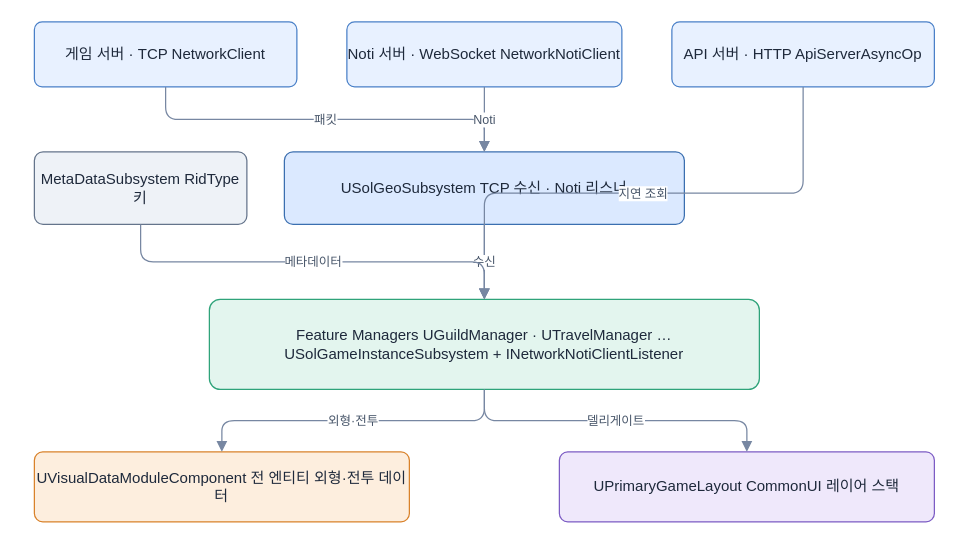
Above: diagrams/sol-architecture.drawio in LimHyun-ji/LimHyun-ji.github.io (draw.io), before the change. Source tidied: cells renumbered, new cells numbered last; positions are measured from the earlier drawing's top-left corner, leaving out a move shared by most shapes. Both pictures are drawn from the tidied source at 125%, with x=0, y=0 at pixel (34, 21).
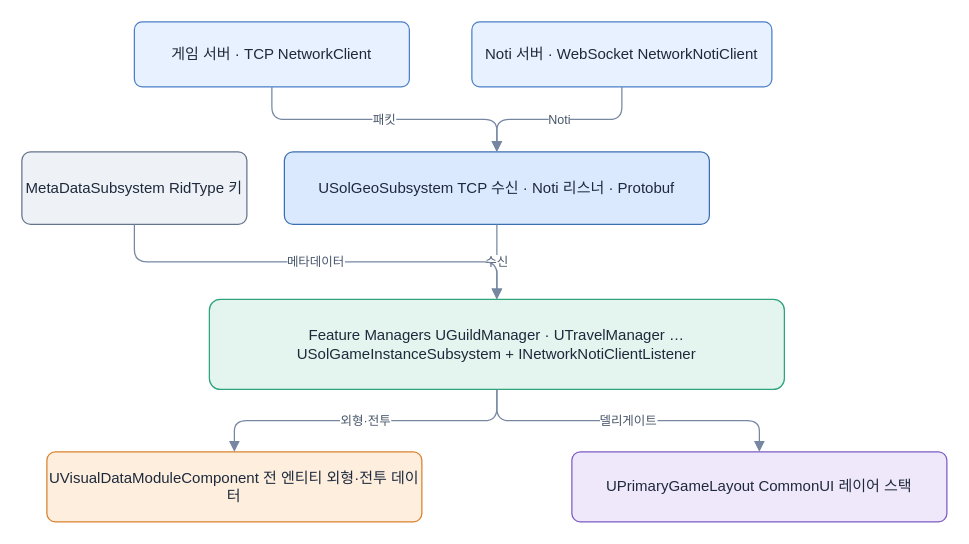
Above is the later version.

Diff of the diagram source:
```diff
@@
 <mxGraphModel>
   <root>
     <mxCell id="0" />
     <mxCell id="1" parent="0" />
     <mxCell id="2" value="게임 서버 · TCP&amp;#10;NetworkClient" style="rounded=1;whiteSpace=wrap;html=1;fillColor=#e8f1ff;strokeColor=#4a80c8;fontColor=#1e293b;fontSize=12;arcSize=12;" parent="1" vertex="1">
-      <mxGeometry width="210" height="52" as="geometry" />
+      <mxGeometry x="80" width="220" height="52" as="geometry" />
     </mxCell>
     <mxCell id="3" value="Noti 서버 · WebSocket&amp;#10;NetworkNotiClient" style="rounded=1;whiteSpace=wrap;html=1;fillColor=#e8f1ff;strokeColor=#4a80c8;fontColor=#1e293b;fontSize=12;arcSize=12;" parent="1" vertex="1">
-      <mxGeometry x="250" width="220" height="52" as="geometry" />
+      <mxGeometry x="350" width="240" height="52" as="geometry" />
     </mxCell>
-    <mxCell id="4" value="API 서버 · HTTP&amp;#10;ApiServerAsyncOp" style="rounded=1;whiteSpace=wrap;html=1;fillColor=#e8f1ff;strokeColor=#4a80c8;fontColor=#1e293b;fontSize=12;arcSize=12;" parent="1" vertex="1">
-      <mxGeometry x="510" width="210" height="52" as="geometry" />
-    </mxCell>
-    <mxCell id="5" value="USolGeoSubsystem&amp;#10;TCP 수신 · Noti 리스너" style="rounded=1;whiteSpace=wrap;html=1;fillColor=#dbe9ff;strokeColor=#3b6fb0;fontColor=#1e293b;fontSize=12;arcSize=12;" parent="1" vertex="1">
-      <mxGeometry x="200" y="104" width="320" height="58" as="geometry" />
+    <mxCell id="5" value="USolGeoSubsystem&amp;#10;TCP 수신 · Noti 리스너 · Protobuf" style="rounded=1;whiteSpace=wrap;html=1;fillColor=#dbe9ff;strokeColor=#3b6fb0;fontColor=#1e293b;fontSize=12;arcSize=12;" parent="1" vertex="1">
+      <mxGeometry x="200" y="104" width="340" height="58" as="geometry" />
     </mxCell>
     <mxCell id="6" value="MetaDataSubsystem&amp;#10;RidType 키" style="rounded=1;whiteSpace=wrap;html=1;fillColor=#eef2f7;strokeColor=#64748b;fontColor=#1e293b;fontSize=12;arcSize=12;" parent="1" vertex="1">
-      <mxGeometry y="104" width="170" height="58" as="geometry" />
+      <mxGeometry x="-10" y="104" width="180" height="58" as="geometry" />
     </mxCell>
     <mxCell id="7" value="Feature Managers&amp;#10;UGuildManager · UTravelManager …&amp;#10;USolGameInstanceSubsystem + INetworkNotiClientListener" style="rounded=1;whiteSpace=wrap;html=1;fillColor=#e3f5ee;strokeColor=#2fa37a;fontColor=#1e293b;fontSize=12;arcSize=12;" parent="1" vertex="1">
-      <mxGeometry x="140" y="222" width="440" height="72" as="geometry" />
+      <mxGeometry x="140" y="222" width="460" height="72" as="geometry" />
     </mxCell>
     <mxCell id="8" value="UVisualDataModuleComponent&amp;#10;전 엔티티 외형·전투 데이터" style="rounded=1;whiteSpace=wrap;html=1;fillColor=#fdeede;strokeColor=#d9822b;fontColor=#1e293b;fontSize=12;arcSize=12;" parent="1" vertex="1">
-      <mxGeometry y="344" width="300" height="56" as="geometry" />
+      <mxGeometry x="10" y="344" width="300" height="56" as="geometry" />
     </mxCell>
     <mxCell id="9" value="UPrimaryGameLayout&amp;#10;CommonUI 레이어 스택" style="rounded=1;whiteSpace=wrap;html=1;fillColor=#efe8fb;strokeColor=#7c5cc4;fontColor=#1e293b;fontSize=12;arcSize=12;" parent="1" vertex="1">
-      <mxGeometry x="420" y="344" width="300" height="56" as="geometry" />
+      <mxGeometry x="430" y="344" width="300" height="56" as="geometry" />
     </mxCell>
     <mxCell id="10" value="패킷" style="edgeStyle=orthogonalEdgeStyle;rounded=1;html=1;endArrow=block;strokeColor=#7787a2;fontSize=10;fontColor=#475569;" parent="1" edge="1" source="2" target="5">
       <mxGeometry relative="1" as="geometry" />
     </mxCell>
     <mxCell id="11" value="Noti" style="edgeStyle=orthogonalEdgeStyle;rounded=1;html=1;endArrow=block;strokeColor=#7787a2;fontSize=10;fontColor=#475569;" parent="1" edge="1" source="3" target="5">
       <mxGeometry relative="1" as="geometry" />
     </mxCell>
-    <mxCell id="12" value="지연 조회" style="edgeStyle=orthogonalEdgeStyle;rounded=1;html=1;endArrow=block;strokeColor=#7787a2;fontSize=10;fontColor=#475569;" parent="1" edge="1" source="4" target="7">
+    <mxCell id="12" value="수신" style="edgeStyle=orthogonalEdgeStyle;rounded=1;html=1;endArrow=block;strokeColor=#7787a2;fontSize=10;fontColor=#475569;" parent="1" edge="1" source="5" target="7">
       <mxGeometry relative="1" as="geometry" />
     </mxCell>
-    <mxCell id="13" value="수신" style="edgeStyle=orthogonalEdgeStyle;rounded=1;html=1;endArrow=block;strokeColor=#7787a2;fontSize=10;fontColor=#475569;" parent="1" edge="1" source="5" target="7">
+    <mxCell id="13" value="메타데이터" style="edgeStyle=orthogonalEdgeStyle;rounded=1;html=1;endArrow=block;strokeColor=#7787a2;fontSize=10;fontColor=#475569;" parent="1" edge="1" source="6" target="7">
       <mxGeometry relative="1" as="geometry" />
     </mxCell>
-    <mxCell id="14" value="메타데이터" style="edgeStyle=orthogonalEdgeStyle;rounded=1;html=1;endArrow=block;strokeColor=#7787a2;fontSize=10;fontColor=#475569;" parent="1" edge="1" source="6" target="7">
+    <mxCell id="14" value="외형·전투" style="edgeStyle=orthogonalEdgeStyle;rounded=1;html=1;endArrow=block;strokeColor=#7787a2;fontSize=10;fontColor=#475569;" parent="1" edge="1" source="7" target="8">
       <mxGeometry relative="1" as="geometry" />
     </mxCell>
-    <mxCell id="15" value="외형·전투" style="edgeStyle=orthogonalEdgeStyle;rounded=1;html=1;endArrow=block;strokeColor=#7787a2;fontSize=10;fontColor=#475569;" parent="1" edge="1" source="7" target="8">
+    <mxCell id="15" value="델리게이트" style="edgeStyle=orthogonalEdgeStyle;rounded=1;html=1;endArrow=block;strokeColor=#7787a2;fontSize=10;fontColor=#475569;" parent="1" edge="1" source="7" target="9">
       <mxGeometry relative="1" as="geometry" />
     </mxCell>
-    <mxCell id="16" value="델리게이트" style="edgeStyle=orthogonalEdgeStyle;rounded=1;html=1;endArrow=block;strokeColor=#7787a2;fontSize=10;fontColor=#475569;" parent="1" edge="1" source="7" target="9">
-      <mxGeometry relative="1" as="geometry" />
-    </mxCell>
   </root>
 </mxGraphModel>
```
